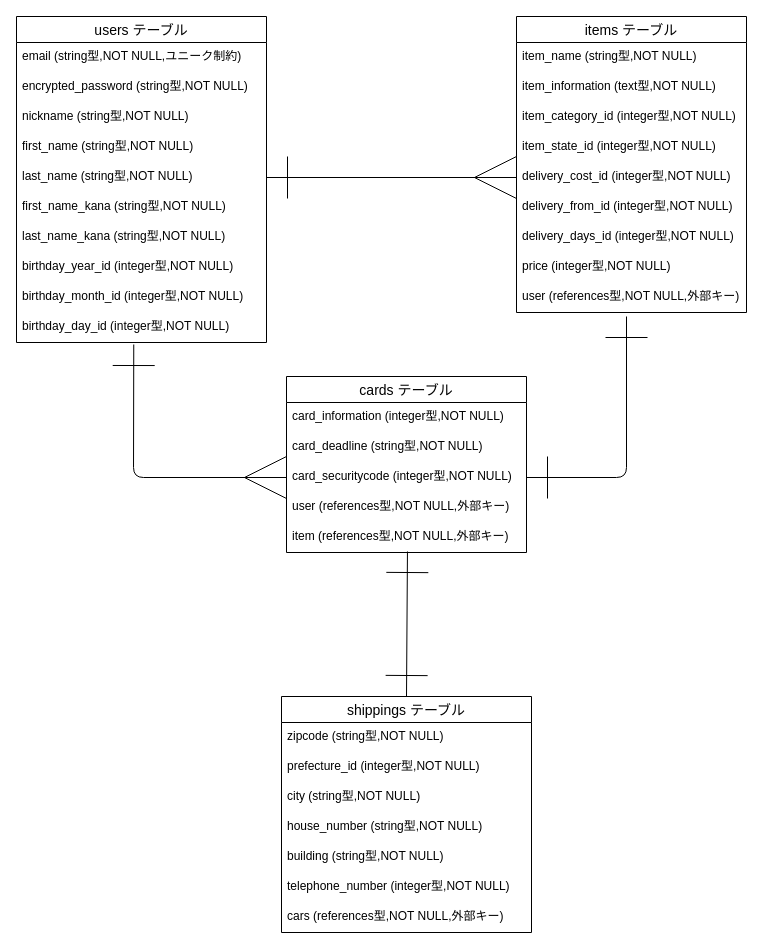
gessodog/furima-41760 keeps this draw.io diagram as furima_ER.dio. Above is the earlier version. Source tidied: cells renumbered, new cells numbered last; positions are measured from the earlier drawing's top-left corner, leaving out a move shared by most shapes. Both pictures are drawn from the tidied source at 100%, with x=0, y=0 at pixel (16, 16).
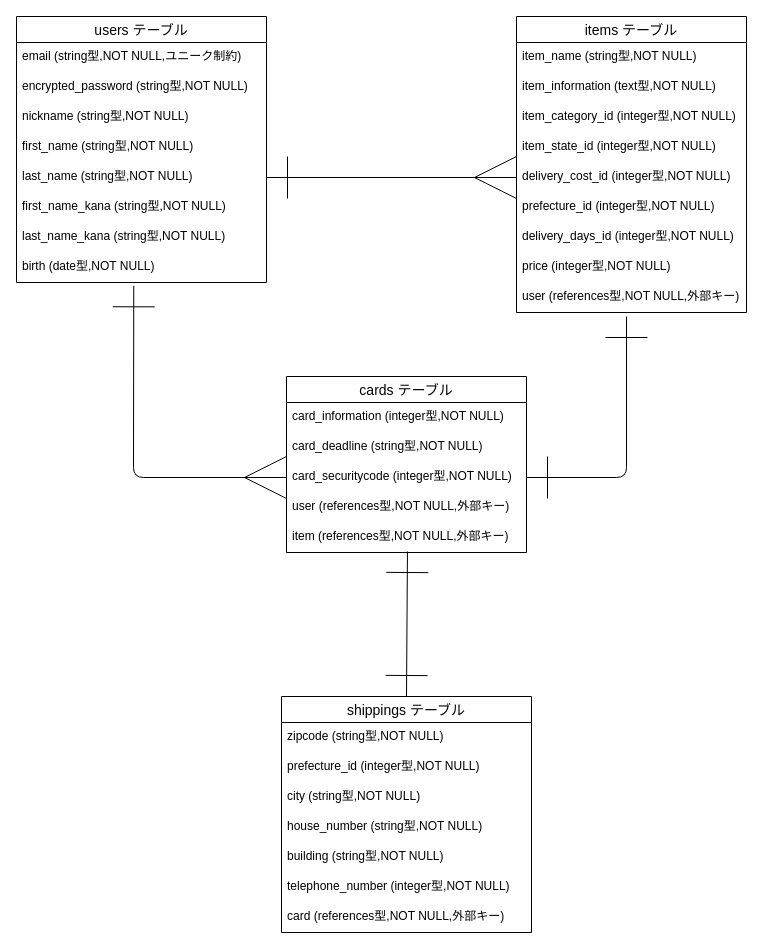
Above is the later version.

Commit message (it also covers changes not shown here):
誕生日カラムの統一

Unchanged cells that the change refers to:
```xml
<mxCell id="13" value="items テーブル" style="swimlane;fontStyle=0;horizontal=1;startSize=26;align=center;fontSize=14;" parent="1" vertex="1">
  <mxGeometry x="500" width="230" height="296" as="geometry" />
</mxCell>
<mxCell id="26" value="card_securitycode (integer型,NOT NULL)" style="text;strokeColor=none;fillColor=none;spacingLeft=4;spacingRight=4;overflow=hidden;points=[[0,0.5],[1,0.5]];portConstraint=eastwest;fontSize=12;" parent="23" vertex="1">
  <mxGeometry y="86" width="240" height="30" as="geometry" />
</mxCell>
<mxCell id="33" value="shippings テーブル" style="swimlane;fontStyle=0;horizontal=1;startSize=26;align=center;fontSize=14;" parent="1" vertex="1">
  <mxGeometry x="265" y="680" width="250" height="236" as="geometry" />
</mxCell>
```

The edit, as a diff of the source:
```diff
@@
     <mxCell id="2" value="users テーブル" style="swimlane;fontStyle=0;horizontal=1;startSize=26;align=center;fontSize=14;" parent="1" vertex="1">
-      <mxGeometry width="250" height="326" as="geometry" />
+      <mxGeometry width="250" height="266" as="geometry" />
     </mxCell>
@@
-    <mxCell id="10" value="birthday_year_id (integer型,NOT NULL)" style="text;strokeColor=none;fillColor=none;spacingLeft=4;spacingRight=4;overflow=hidden;points=[[0,0.5],[1,0.5]];portConstraint=eastwest;fontSize=12;" parent="2" vertex="1">
+    <mxCell id="10" value="birth (date型,NOT NULL)" style="text;strokeColor=none;fillColor=none;spacingLeft=4;spacingRight=4;overflow=hidden;points=[[0,0.5],[1,0.5]];portConstraint=eastwest;fontSize=12;" parent="2" vertex="1">
       <mxGeometry y="236" width="250" height="30" as="geometry" />
     </mxCell>
-    <mxCell id="11" value="birthday_month_id (integer型,NOT NULL)" style="text;strokeColor=none;fillColor=none;spacingLeft=4;spacingRight=4;overflow=hidden;fontSize=12;" parent="2" vertex="1">
-      <mxGeometry y="266" width="250" height="30" as="geometry" />
-    </mxCell>
-    <mxCell id="12" value="birthday_day_id (integer型,NOT NULL)" style="text;strokeColor=none;fillColor=none;spacingLeft=4;spacingRight=4;overflow=hidden;points=[[0,0.5],[1,0.5]];portConstraint=eastwest;fontSize=12;" parent="2" vertex="1">
-      <mxGeometry y="296" width="250" height="30" as="geometry" />
-    </mxCell>
@@
-    <mxCell id="19" value="delivery_from_id (integer型,NOT NULL)" style="text;strokeColor=none;fillColor=none;spacingLeft=4;spacingRight=4;overflow=hidden;fontSize=12;" parent="13" vertex="1">
+    <mxCell id="19" value="prefecture_id (integer型,NOT NULL)" style="text;strokeColor=none;fillColor=none;spacingLeft=4;spacingRight=4;overflow=hidden;fontSize=12;" parent="13" vertex="1">
       <mxGeometry y="176" width="230" height="30" as="geometry" />
     </mxCell>
@@
-    <mxCell id="31" style="edgeStyle=none;html=1;exitX=0;exitY=0.5;exitDx=0;exitDy=0;entryX=0.469;entryY=1.067;entryDx=0;entryDy=0;entryPerimeter=0;startArrow=ERmany;startFill=0;endArrow=ERone;endFill=0;endSize=40;startSize=40;" parent="1" edge="1" source="26" target="12">
+    <mxCell id="31" style="edgeStyle=none;html=1;exitX=0;exitY=0.5;exitDx=0;exitDy=0;entryX=0.469;entryY=1.11;entryDx=0;entryDy=0;entryPerimeter=0;startArrow=ERmany;startFill=0;endArrow=ERone;endFill=0;endSize=40;startSize=40;" parent="1" edge="1" source="26" target="10">
       <mxGeometry relative="1" as="geometry">
         <Array as="points">
           <mxPoint x="117" y="461" />
         </Array>
       </mxGeometry>
     </mxCell>
@@
-    <mxCell id="35" value="prefecture_id (integer型,NOT NULL)" style="text;strokeColor=none;fillColor=none;spacingLeft=4;spacingRight=4;overflow=hidden;fontSize=12;" parent="33" vertex="1">
+    <mxCell id="35" value="prefecture_id (integer型,NOT NULL)" style="text;strokeColor=none;fillColor=none;spacingLeft=4;spacingRight=4;overflow=hidden;fontSize=12;" parent="33" vertex="1">
       <mxGeometry y="56" width="250" height="30" as="geometry" />
     </mxCell>
@@
-    <mxCell id="40" value="cars (references型,NOT NULL,外部キー)" style="text;strokeColor=none;fillColor=none;spacingLeft=4;spacingRight=4;overflow=hidden;fontSize=12;" parent="33" vertex="1">
+    <mxCell id="40" value="card (references型,NOT NULL,外部キー)" style="text;strokeColor=none;fillColor=none;spacingLeft=4;spacingRight=4;overflow=hidden;fontSize=12;" parent="33" vertex="1">
       <mxGeometry y="206" width="250" height="30" as="geometry" />
     </mxCell>
```
